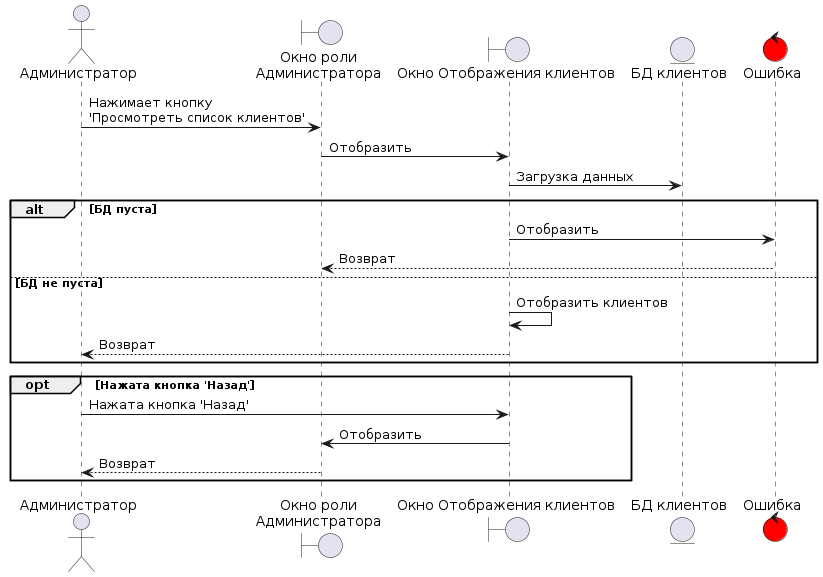
Before: Diagrams/images/sequence/Admin_View_Clients.png, a diagram exported from PlantUML (Student7751/CourseWork).
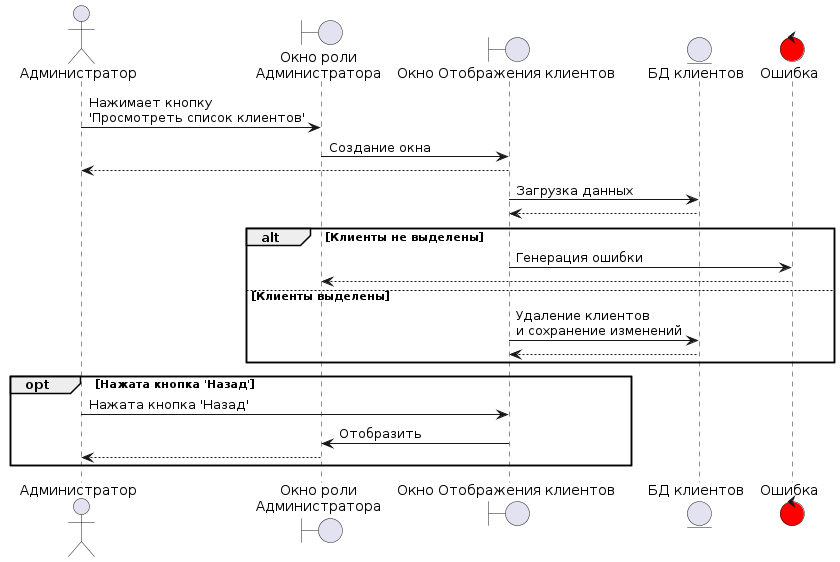
The same file after the commit.

Diff of the diagram source:
```diff
@@ -10,20 +10,22 @@
 
 admin -> main_window : Нажимает кнопку\n'Просмотреть список клиентов'
 
-main_window -> client_list_window : Отобразить
+main_window -> client_list_window : Создание окна
+client_list_window --> admin
 client_list_window -> clients_db : Загрузка данных
+clients_db --> client_list_window
 
-alt БД пуста
-    client_list_window -> error : Отобразить
-    error --> main_window : Возврат
-else БД не пуста
-    client_list_window -> client_list_window : Отобразить клиентов
-    client_list_window --> admin : Возврат
+alt Клиенты не выделены
+    client_list_window -> error : Генерация ошибки
+    error --> main_window
+else Клиенты выделены
+    client_list_window -> clients_db : Удаление клиентов\nи сохранение изменений
+    clients_db --> client_list_window
 end
 
 opt Нажата кнопка 'Назад'
     admin -> client_list_window : Нажата кнопка 'Назад'
     client_list_window -> main_window : Отобразить
-    main_window --> admin : Возврат
+    main_window --> admin
 end
 @enduml
```
